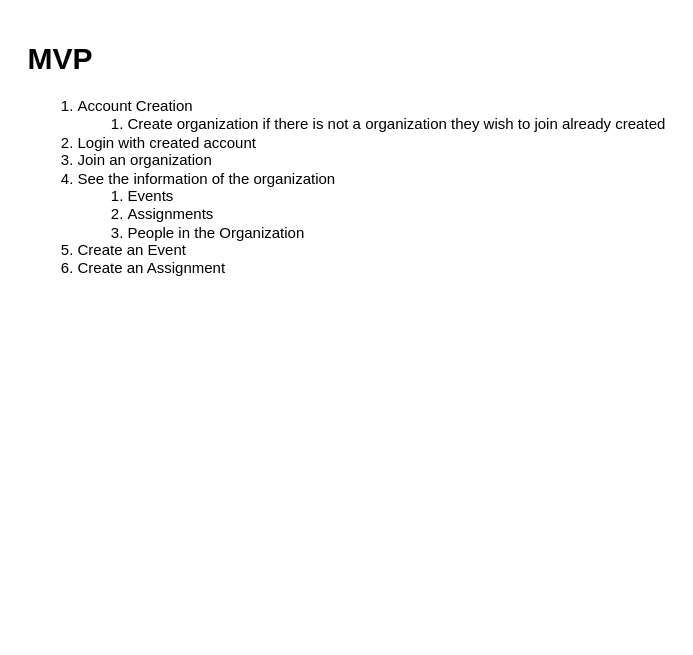
The draw.io diagram charts/Flowcharts.drawio in mcgaryp/Bishopric-Assistant, before the edit. Source tidied: cells renumbered, new cells numbered last; positions are measured from the earlier drawing's top-left corner, leaving out a move shared by most shapes. Both pictures are drawn from the tidied source at 125%, with x=0, y=0 at pixel (21, 34).
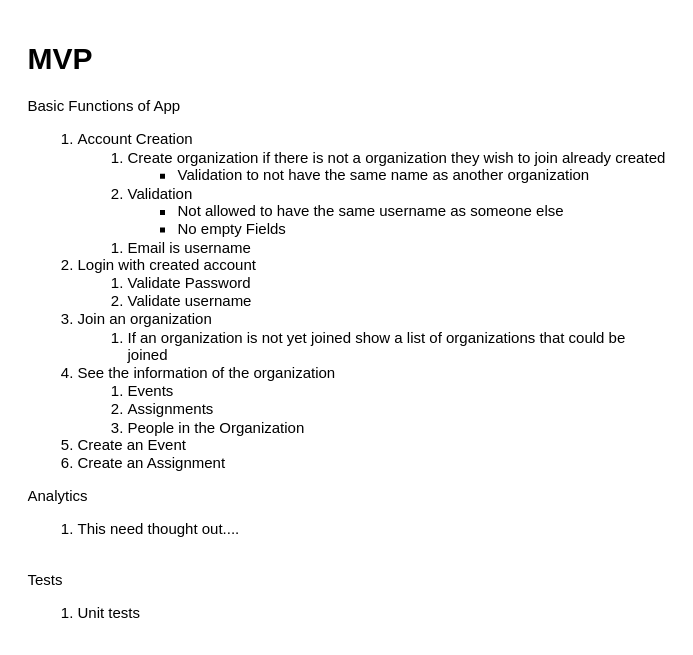
The same diagram, later.

Commit message:
Created MVP starting requirements

The edit, as a diff of the source:
```diff
@@
 <mxGraphModel>
   <root>
     <mxCell id="0" />
     <mxCell id="1" parent="0" />
-    <mxCell id="2" value="&lt;h1&gt;MVP&lt;/h1&gt;&lt;div&gt;&lt;ol&gt;&lt;li&gt;Account Creation&lt;br&gt;&lt;/li&gt;&lt;ol&gt;&lt;li&gt;&lt;span style=&quot;white-space: pre&quot;&gt;Create organization if there is not a organization they wish to join already created&lt;/span&gt;&lt;/li&gt;&lt;/ol&gt;&lt;li&gt;Login with created account&lt;/li&gt;&lt;li&gt;Join an organization&lt;/li&gt;&lt;li&gt;See the information of the organization&lt;/li&gt;&lt;ol&gt;&lt;li&gt;Events&lt;/li&gt;&lt;li&gt;Assignments&lt;/li&gt;&lt;li&gt;People in the Organization&lt;/li&gt;&lt;/ol&gt;&lt;li&gt;Create an Event&lt;/li&gt;&lt;li&gt;Create an Assignment&lt;/li&gt;&lt;/ol&gt;&lt;/div&gt;" style="text;html=1;strokeColor=none;fillColor=none;spacing=5;spacingTop=-20;whiteSpace=wrap;overflow=hidden;rounded=0;" parent="1" vertex="1">
-      <mxGeometry width="520" height="200" as="geometry" />
+    <mxCell id="2" value="&lt;h1&gt;MVP&lt;/h1&gt;&lt;div&gt;Basic Functions of App&lt;/div&gt;&lt;div&gt;&lt;ol&gt;&lt;li&gt;Account Creation&lt;/li&gt;&lt;ol&gt;&lt;li&gt;&lt;span style=&quot;white-space: pre&quot;&gt;Create organization if there is not a organization they wish to join already created&lt;/span&gt;&lt;/li&gt;&lt;ul&gt;&lt;li&gt;&lt;span style=&quot;white-space: pre&quot;&gt;Validation to not have the same name as another organization&lt;/span&gt;&lt;/li&gt;&lt;/ul&gt;&lt;li&gt;&lt;span style=&quot;white-space: pre&quot;&gt;Validation&lt;/span&gt;&lt;/li&gt;&lt;/ol&gt;&lt;ul&gt;&lt;ul&gt;&lt;li&gt;&lt;span style=&quot;white-space: pre&quot;&gt;Not allowed to have the same username as someone else&lt;/span&gt;&lt;/li&gt;&lt;/ul&gt;&lt;/ul&gt;&lt;ol&gt;&lt;ul&gt;&lt;li&gt;&lt;span style=&quot;white-space: pre&quot;&gt;No empty Fields&lt;/span&gt;&lt;/li&gt;&lt;/ul&gt;&lt;li&gt;&lt;span style=&quot;white-space: pre&quot;&gt;Email is username&lt;/span&gt;&lt;br&gt;&lt;/li&gt;&lt;/ol&gt;&lt;li&gt;Login with created account&lt;/li&gt;&lt;ol&gt;&lt;li&gt;Validate Password&lt;/li&gt;&lt;li&gt;Validate username&lt;/li&gt;&lt;/ol&gt;&lt;li&gt;Join an organization&lt;/li&gt;&lt;ol&gt;&lt;li&gt;If an organization is not yet joined show a list of organizations that could be joined&lt;/li&gt;&lt;/ol&gt;&lt;li&gt;See the information of the organization&lt;/li&gt;&lt;ol&gt;&lt;li&gt;Events&lt;/li&gt;&lt;li&gt;Assignments&lt;/li&gt;&lt;li&gt;People in the Organization&lt;/li&gt;&lt;/ol&gt;&lt;li&gt;Create an Event&lt;/li&gt;&lt;li&gt;Create an Assignment&lt;/li&gt;&lt;/ol&gt;&lt;div&gt;Analytics&lt;/div&gt;&lt;/div&gt;&lt;div&gt;&lt;ol&gt;&lt;li&gt;This need thought out....&lt;/li&gt;&lt;/ol&gt;&lt;/div&gt;&lt;div&gt;&lt;br&gt;&lt;/div&gt;&lt;div&gt;Tests&lt;/div&gt;&lt;div&gt;&lt;ol&gt;&lt;li&gt;Unit tests&lt;/li&gt;&lt;/ol&gt;&lt;/div&gt;" style="text;html=1;spacing=5;spacingTop=-20;whiteSpace=wrap;overflow=hidden;rounded=0;fillColor=#ffffff;" parent="1" vertex="1">
+      <mxGeometry width="520" height="480" as="geometry" />
     </mxCell>
   </root>
 </mxGraphModel>
```
